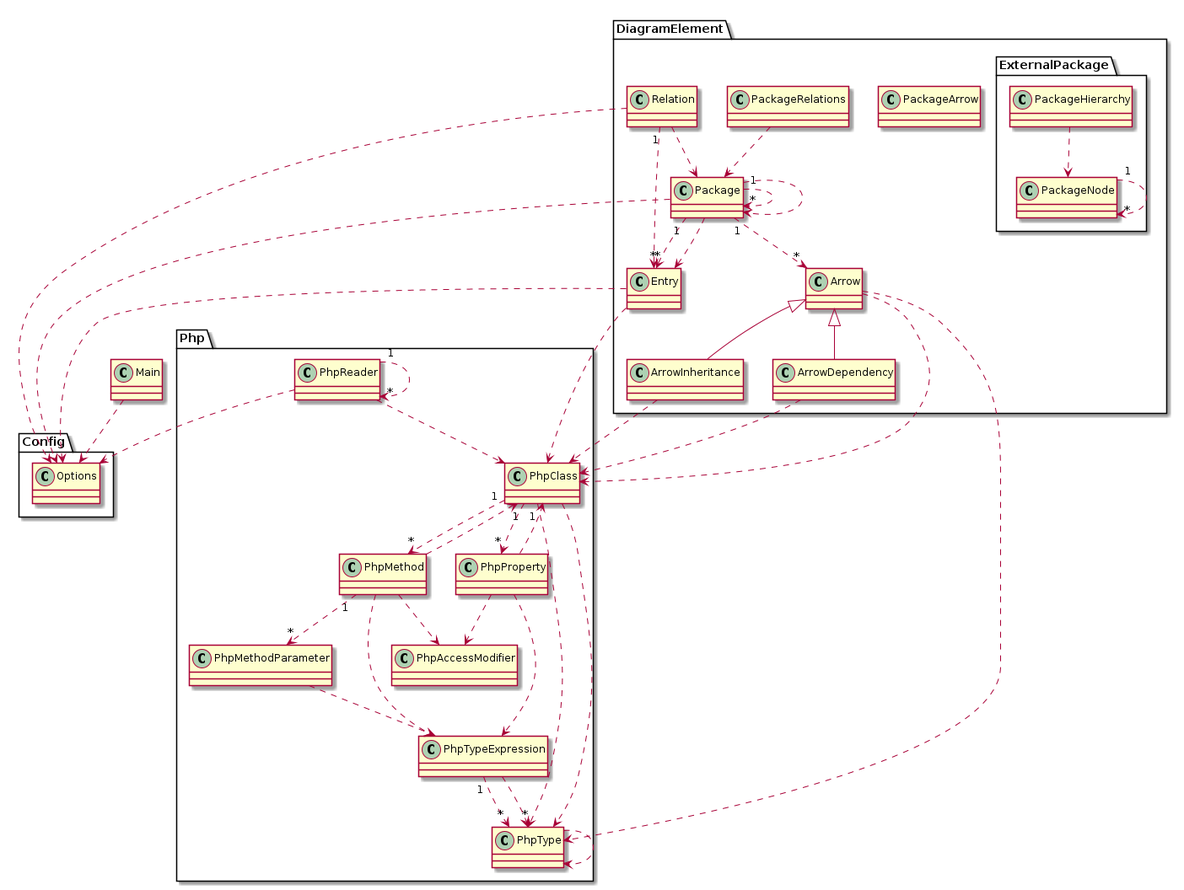
This is dogfood-model.png from smeghead/php-class-diagram, a PlantUML export, as it was before one commit.
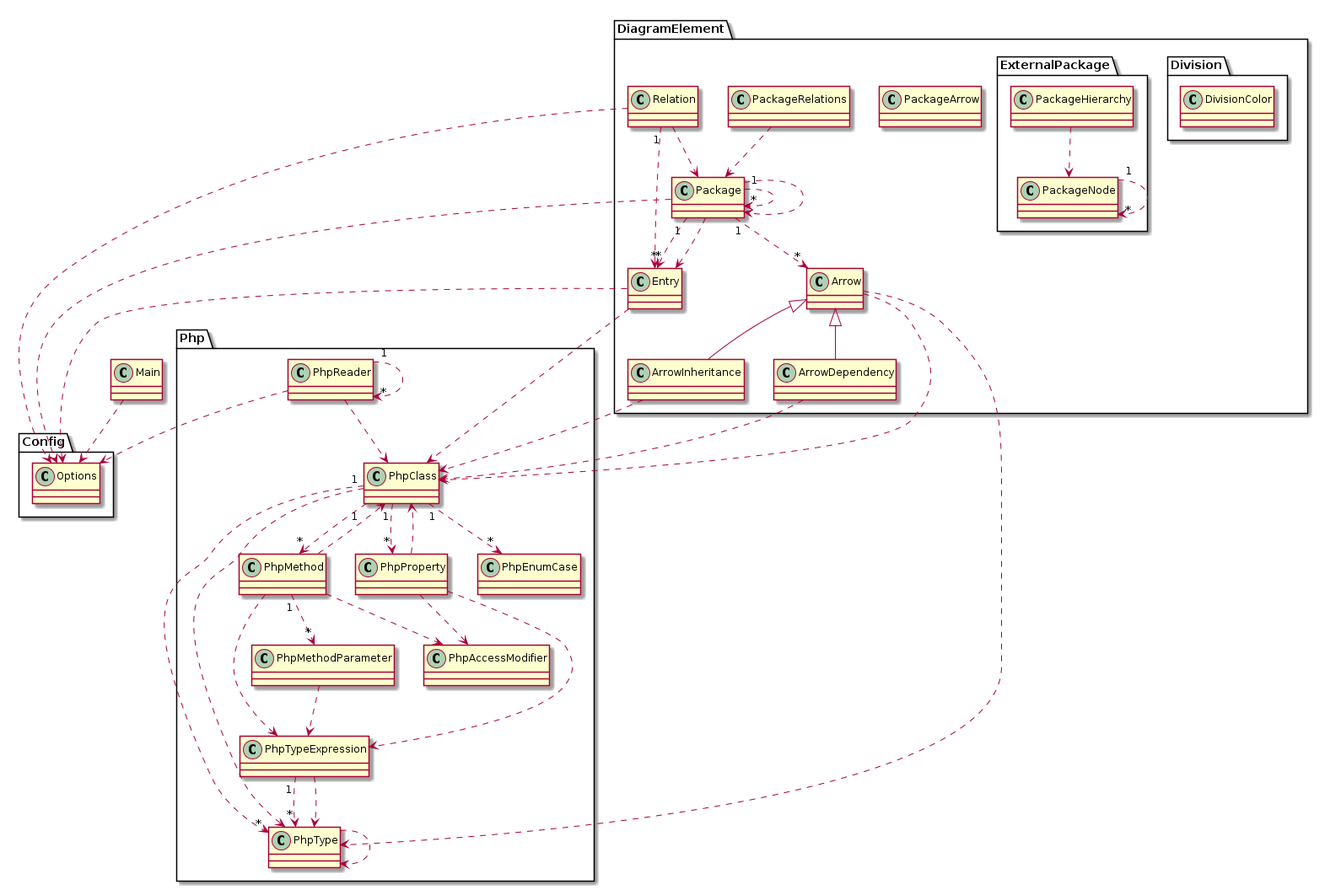
Above is the later version.

Commit message:
add division diagram description to README.

The edit, as a diff of the source:
```diff
@@ -1,6 +1,7 @@
 @startuml class-diagram
   class "Main" as Main
   package Php as Php {
+    class "PhpEnumCase" as Php_PhpEnumCase
     class "PhpTypeExpression" as Php_PhpTypeExpression
     class "PhpMethodParameter" as Php_PhpMethodParameter
     class "PhpProperty" as Php_PhpProperty
@@ -22,6 +23,9 @@
     class "Package" as DiagramElement_Package
     class "Relation" as DiagramElement_Relation
     class "ArrowDependency" as DiagramElement_ArrowDependency
+    package Division as DiagramElement.Division {
+      class "DivisionColor" as DiagramElement_Division_DivisionColor
+    }
     package ExternalPackage as DiagramElement.ExternalPackage {
       class "PackageHierarchy" as DiagramElement_ExternalPackage_PackageHierarchy
       class "PackageNode" as DiagramElement_ExternalPackage_PackageNode
@@ -48,6 +52,7 @@
   DiagramElement_Relation ..> Config_Options
   DiagramElement_Relation ..> DiagramElement_Package
   Main ..> Config_Options
+  Php_PhpClass "1" ..> "*" Php_PhpEnumCase
   Php_PhpClass "1" ..> "*" Php_PhpMethod
   Php_PhpClass "1" ..> "*" Php_PhpProperty
   Php_PhpClass "1" ..> "*" Php_PhpType
```
